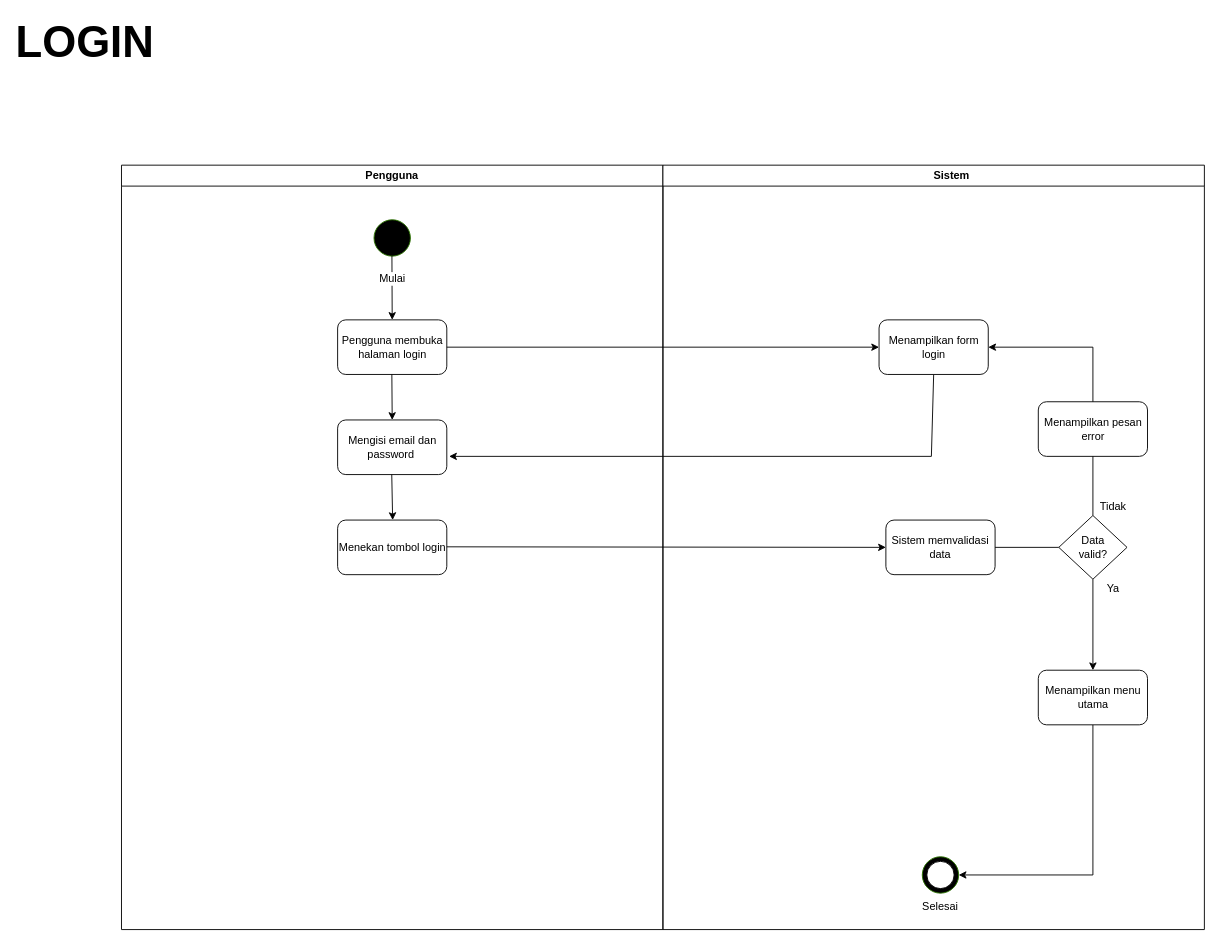
sintaannisa/Aplikasi-Peminjaman-Alat keeps this draw.io diagram as page "Login" (1 of 11) of Diagram Tanpa Judul.drawio. Above is the earlier version. Source tidied: cells renumbered, new cells numbered last; positions are measured from the earlier drawing's top-left corner, leaving out a move shared by most shapes. Both pictures are drawn from the tidied source at 91%, with x=0, y=0 at pixel (57, 28).
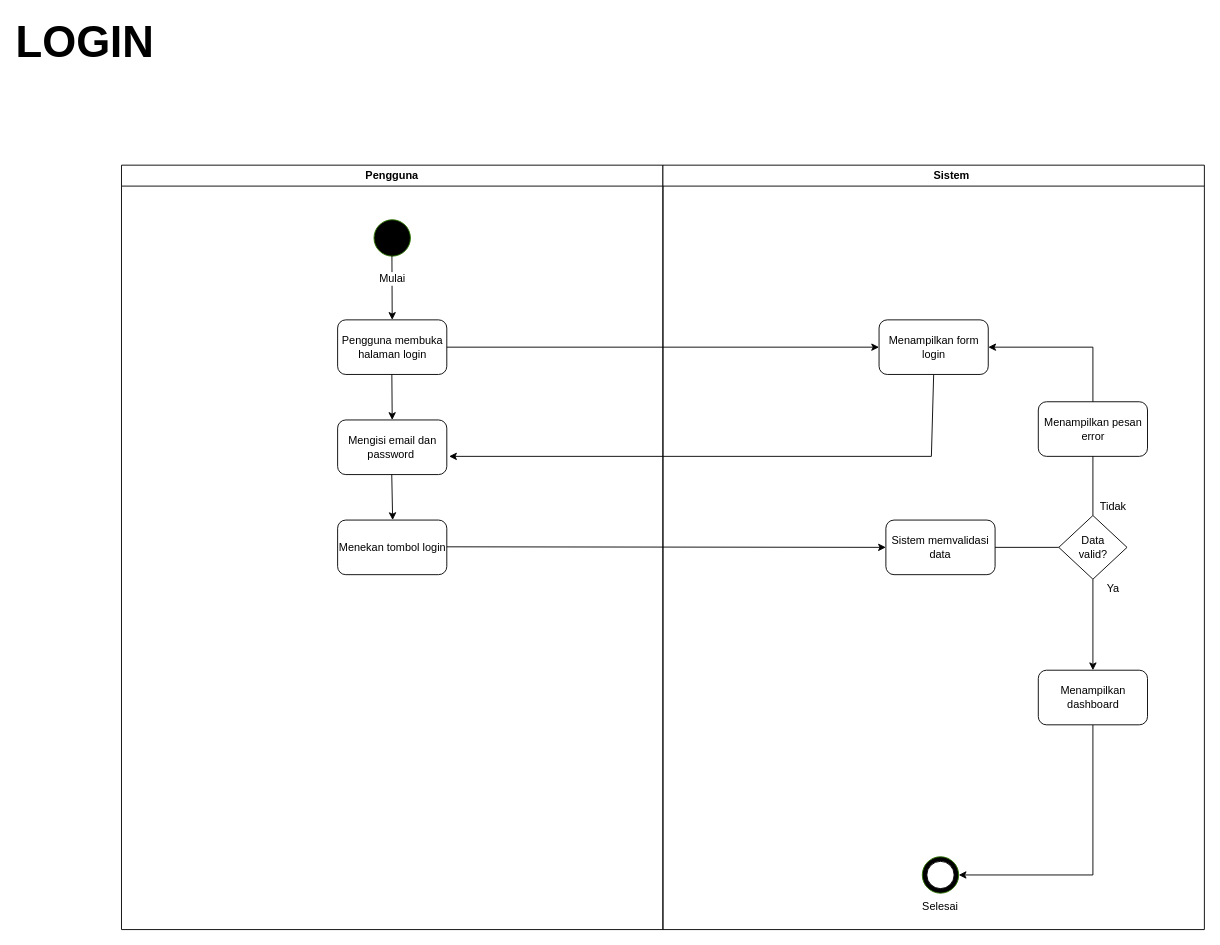
Above is the later version.

Unchanged cells that the change refers to:
```xml
<mxCell id="12" value="&lt;blockquote style=&quot;margin: 0 0 0 40px; border: none; padding: 0px;&quot;&gt;Sistem&lt;/blockquote&gt;" style="swimlane;whiteSpace=wrap;html=1;" parent="1" vertex="1">
  <mxGeometry x="665" y="150" width="595" height="840" as="geometry" />
</mxCell>
```

Diff of the diagram source:
```diff
@@
-    <mxCell id="20" value="Menampilkan menu utama" style="rounded=1;whiteSpace=wrap;html=1;" parent="12" vertex="1">
+    <mxCell id="20" value="Menampilkan dashboard" style="rounded=1;whiteSpace=wrap;html=1;" parent="12" vertex="1">
       <mxGeometry x="412.5" y="555" width="120" height="60" as="geometry" />
     </mxCell>
```
